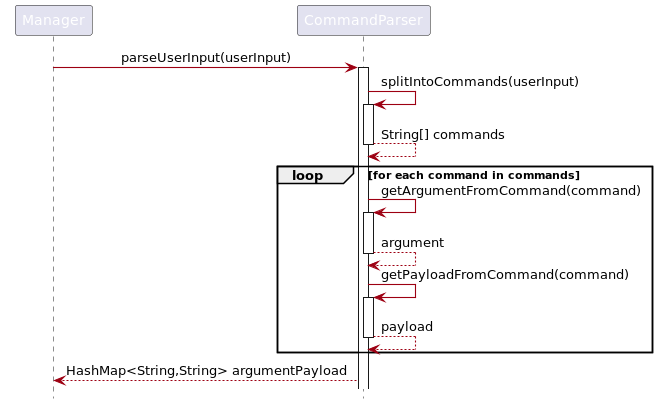
Earlier version of the PlantUML export docs/diagrams/CommandParserSequence.png (wenxin-c/tp). Its diagram source:
```plantuml
@startuml
!include style.puml
skinparam arrowThickness 1.1
skinparam arrowColor MODEL_COLOR
skinparam classBackgroundColor MODEL_COLOR
hide footbox

Manager -> CommandParser : parseUserInput(userInput)
activate CommandParser
CommandParser -> CommandParser : splitIntoCommands(userInput)
activate CommandParser
CommandParser --> CommandParser : String[] commands
deactivate CommandParser
    loop for each command in commands
        CommandParser -> CommandParser :getArgumentFromCommand(command)
        activate CommandParser
        CommandParser --> CommandParser : argument
        deactivate CommandParser
        CommandParser -> CommandParser :getPayloadFromCommand(command)
        activate CommandParser
        CommandParser --> CommandParser : payload
        deactivate CommandParser
    end
CommandParser --> Manager: HashMap<String,String> argumentPayload
@enduml
```
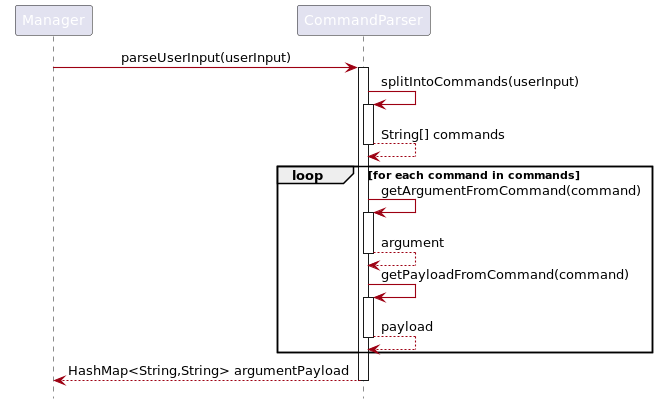
Later version of the same file.

Commit message:
Fix command parser sequence correctness

What changed in the source:
```diff
@@ -22,4 +22,5 @@
         deactivate CommandParser
     end
 CommandParser --> Manager: HashMap<String,String> argumentPayload
+deactivate CommandParser
 @enduml
```
